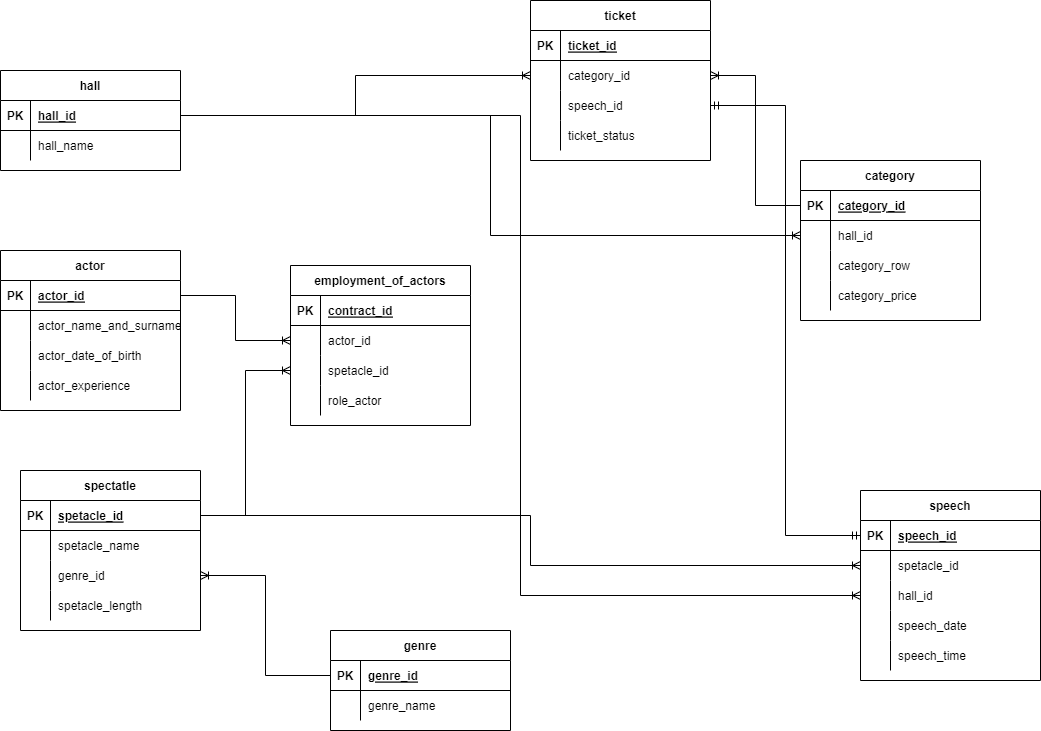
Before: scheme data base/База данных театра-Страница 1.drawio.png, a diagram exported from draw.io (MakarovIS/Data-base). Source tidied: cells renumbered, new cells last; positions are measured from the earlier drawing's top-left corner, leaving out a move shared by most shapes.
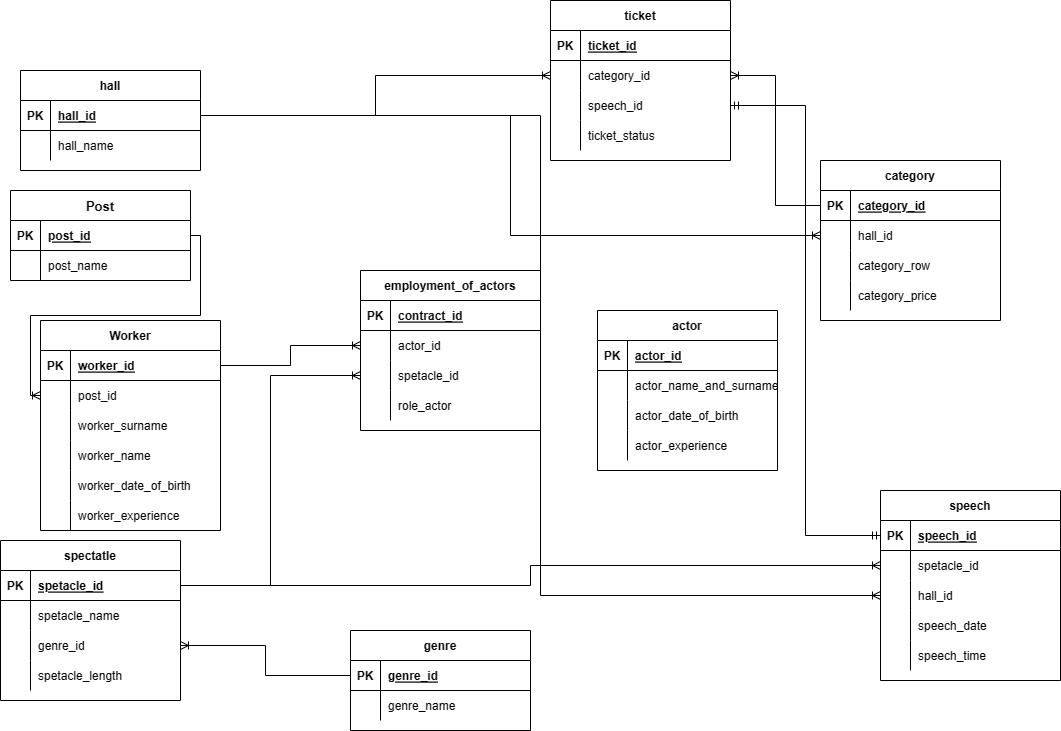
After the change.

Change to the diagram source:
```diff
@@ -3,7 +3,7 @@
     <mxCell id="0" />
     <mxCell id="1" parent="0" />
     <mxCell id="2" value="actor" style="shape=table;startSize=30;rowLines=0;fontStyle=1;align=center;" parent="1" vertex="1">
-      <mxGeometry y="250" width="180" height="160" as="geometry" />
+      <mxGeometry x="577" y="310" width="180" height="160" as="geometry" />
     </mxCell>
     <mxCell id="3" style="shape=tableRow;horizontal=0;startSize=0;swimlaneHead=0;swimlaneBody=0;fillColor=none;points=[[0,0.5],[1,0.5]];portConstraint=eastwest;top=0;left=0;right=0;bottom=1;" parent="2" vertex="1">
       <mxGeometry y="30" width="180" height="30" as="geometry" />
@@ -42,7 +42,7 @@
       <mxGeometry x="30" width="150" height="30" as="geometry" />
     </mxCell>
     <mxCell id="15" value="employment_of_actors" style="shape=table;startSize=30;rowLines=0;fontStyle=1;align=center;" parent="1" vertex="1">
-      <mxGeometry x="290" y="265" width="180" height="160" as="geometry" />
+      <mxGeometry x="340" y="270" width="180" height="160" as="geometry" />
     </mxCell>
     <mxCell id="16" style="shape=tableRow;horizontal=0;startSize=0;swimlaneHead=0;swimlaneBody=0;fillColor=none;top=0;left=0;right=0;bottom=1;" parent="15" vertex="1">
       <mxGeometry y="30" width="180" height="30" as="geometry" />
@@ -81,7 +81,7 @@
       <mxGeometry x="30" width="150" height="30" as="geometry" />
     </mxCell>
     <mxCell id="28" value="spectatle" style="shape=table;startSize=30;rowLines=0;fontStyle=1;align=center;" parent="1" vertex="1">
-      <mxGeometry x="20" y="470" width="180" height="160" as="geometry" />
+      <mxGeometry x="-20" y="540" width="180" height="160" as="geometry" />
     </mxCell>
     <mxCell id="29" style="shape=tableRow;horizontal=0;startSize=0;swimlaneHead=0;swimlaneBody=0;fillColor=none;points=[[0,0.5],[1,0.5]];portConstraint=eastwest;top=0;left=0;right=0;bottom=1;" parent="28" vertex="1">
       <mxGeometry y="30" width="180" height="30" as="geometry" />
@@ -182,9 +182,6 @@
     <mxCell id="61" style="edgeStyle=orthogonalEdgeStyle;fontSize=12;html=1;endArrow=ERoneToMany;rounded=0;exitX=1;exitY=0.5;exitDx=0;exitDy=0;entryX=0;entryY=0.5;entryDx=0;entryDy=0;" parent="1" edge="1" source="55" target="45">
       <mxGeometry relative="1" as="geometry" />
     </mxCell>
-    <mxCell id="62" style="edgeStyle=orthogonalEdgeStyle;fontSize=12;html=1;endArrow=ERoneToMany;rounded=0;exitX=1;exitY=0.5;exitDx=0;exitDy=0;entryX=0;entryY=0.5;entryDx=0;entryDy=0;" parent="1" edge="1" source="3" target="19">
-      <mxGeometry relative="1" as="geometry" />
-    </mxCell>
     <mxCell id="63" style="edgeStyle=orthogonalEdgeStyle;fontSize=12;html=1;endArrow=ERoneToMany;rounded=0;exitX=1;exitY=0.5;exitDx=0;exitDy=0;entryX=0;entryY=0.5;entryDx=0;entryDy=0;" parent="1" edge="1" source="55" target="85">
       <mxGeometry relative="1" as="geometry" />
     </mxCell>
@@ -314,5 +311,89 @@
     <mxCell id="105" style="edgeStyle=orthogonalEdgeStyle;fontSize=12;html=1;endArrow=ERoneToMany;rounded=0;exitX=0;exitY=0.5;exitDx=0;exitDy=0;entryX=1;entryY=0.5;entryDx=0;entryDy=0;" parent="1" edge="1" source="99" target="35">
       <mxGeometry relative="1" as="geometry" />
     </mxCell>
+    <mxCell id="106" value="Worker" style="shape=table;startSize=30;rowLines=0;fontStyle=1;align=center;" parent="1" vertex="1">
+      <mxGeometry x="20" y="320" width="180" height="210" as="geometry" />
+    </mxCell>
+    <mxCell id="107" style="shape=tableRow;horizontal=0;startSize=0;swimlaneHead=0;swimlaneBody=0;fillColor=none;points=[[0,0.5],[1,0.5]];portConstraint=eastwest;top=0;left=0;right=0;bottom=1;" parent="106" vertex="1">
+      <mxGeometry y="30" width="180" height="30" as="geometry" />
+    </mxCell>
+    <mxCell id="108" value="PK" style="shape=partialRectangle;fillColor=none;top=0;left=0;bottom=0;right=0;fontStyle=1;overflow=hidden;" parent="107" vertex="1">
+      <mxGeometry width="30" height="30" as="geometry" />
+    </mxCell>
+    <mxCell id="109" value="worker_id" style="shape=partialRectangle;fillColor=none;top=0;left=0;bottom=0;right=0;align=left;spacingLeft=6;fontStyle=5;overflow=hidden;" parent="107" vertex="1">
+      <mxGeometry x="30" width="150" height="30" as="geometry" />
+    </mxCell>
+    <mxCell id="110" style="shape=tableRow;horizontal=0;startSize=0;swimlaneHead=0;swimlaneBody=0;fillColor=none;points=[[0,0.5],[1,0.5]];portConstraint=eastwest;top=0;left=0;right=0;bottom=0;" parent="106" vertex="1">
+      <mxGeometry y="60" width="180" height="30" as="geometry" />
+    </mxCell>
+    <mxCell id="111" style="shape=partialRectangle;fillColor=none;top=0;left=0;bottom=0;right=0;overflow=hidden;" parent="110" vertex="1">
+      <mxGeometry width="30" height="30" as="geometry" />
+    </mxCell>
+    <mxCell id="112" value="post_id" style="shape=partialRectangle;fillColor=none;top=0;left=0;bottom=0;right=0;align=left;spacingLeft=6;overflow=hidden;" parent="110" vertex="1">
+      <mxGeometry x="30" width="150" height="30" as="geometry" />
+    </mxCell>
+    <mxCell id="113" style="shape=tableRow;horizontal=0;startSize=0;swimlaneHead=0;swimlaneBody=0;fillColor=none;top=0;left=0;right=0;bottom=0;" parent="106" vertex="1">
+      <mxGeometry y="90" width="180" height="30" as="geometry" />
+    </mxCell>
+    <mxCell id="114" style="shape=partialRectangle;fillColor=none;top=0;left=0;bottom=0;right=0;overflow=hidden;" parent="113" vertex="1">
+      <mxGeometry width="30" height="30" as="geometry" />
+    </mxCell>
+    <mxCell id="115" value="worker_surname" style="shape=partialRectangle;fillColor=none;top=0;left=0;bottom=0;right=0;align=left;spacingLeft=6;overflow=hidden;" parent="113" vertex="1">
+      <mxGeometry x="30" width="150" height="30" as="geometry" />
+    </mxCell>
+    <mxCell id="116" style="shape=tableRow;horizontal=0;startSize=0;swimlaneHead=0;swimlaneBody=0;fillColor=none;top=0;left=0;right=0;bottom=0;" parent="106" vertex="1">
+      <mxGeometry y="120" width="180" height="30" as="geometry" />
+    </mxCell>
+    <mxCell id="117" style="shape=partialRectangle;fillColor=none;top=0;left=0;bottom=0;right=0;overflow=hidden;" parent="116" vertex="1">
+      <mxGeometry width="30" height="30" as="geometry" />
+    </mxCell>
+    <mxCell id="118" value="worker_name" style="shape=partialRectangle;fillColor=none;top=0;left=0;bottom=0;right=0;align=left;spacingLeft=6;overflow=hidden;" parent="116" vertex="1">
+      <mxGeometry x="30" width="150" height="30" as="geometry" />
+    </mxCell>
+    <mxCell id="119" style="shape=tableRow;horizontal=0;startSize=0;swimlaneHead=0;swimlaneBody=0;fillColor=none;top=0;left=0;right=0;bottom=0;" parent="106" vertex="1">
+      <mxGeometry y="150" width="180" height="30" as="geometry" />
+    </mxCell>
+    <mxCell id="120" style="shape=partialRectangle;fillColor=none;top=0;left=0;bottom=0;right=0;overflow=hidden;" parent="119" vertex="1">
+      <mxGeometry width="30" height="30" as="geometry" />
+    </mxCell>
+    <mxCell id="121" value="worker_date_of_birth" style="shape=partialRectangle;fillColor=none;top=0;left=0;bottom=0;right=0;align=left;spacingLeft=6;overflow=hidden;" parent="119" vertex="1">
+      <mxGeometry x="30" width="150" height="30" as="geometry" />
+    </mxCell>
+    <mxCell id="122" style="shape=tableRow;horizontal=0;startSize=0;swimlaneHead=0;swimlaneBody=0;fillColor=none;top=0;left=0;right=0;bottom=0;" parent="106" vertex="1">
+      <mxGeometry y="180" width="180" height="30" as="geometry" />
+    </mxCell>
+    <mxCell id="123" style="shape=partialRectangle;fillColor=none;top=0;left=0;bottom=0;right=0;overflow=hidden;" parent="122" vertex="1">
+      <mxGeometry width="30" height="30" as="geometry" />
+    </mxCell>
+    <mxCell id="124" value="worker_experience" style="shape=partialRectangle;fillColor=none;top=0;left=0;bottom=0;right=0;align=left;spacingLeft=6;overflow=hidden;" parent="122" vertex="1">
+      <mxGeometry x="30" width="150" height="30" as="geometry" />
+    </mxCell>
+    <mxCell id="125" value="Post" style="shape=table;startSize=30;rowLines=0;fontStyle=1;align=center;fontSize=13;" parent="1" vertex="1">
+      <mxGeometry x="-10" y="190" width="180" height="90" as="geometry" />
+    </mxCell>
+    <mxCell id="126" style="shape=tableRow;horizontal=0;startSize=0;swimlaneHead=0;swimlaneBody=0;fillColor=none;points=[[0,0.5],[1,0.5]];portConstraint=eastwest;top=0;left=0;right=0;bottom=1;" parent="125" vertex="1">
+      <mxGeometry y="30" width="180" height="30" as="geometry" />
+    </mxCell>
+    <mxCell id="127" value="PK" style="shape=partialRectangle;fillColor=none;top=0;left=0;bottom=0;right=0;fontStyle=1;overflow=hidden;" parent="126" vertex="1">
+      <mxGeometry width="30" height="30" as="geometry" />
+    </mxCell>
+    <mxCell id="128" value="post_id" style="shape=partialRectangle;fillColor=none;top=0;left=0;bottom=0;right=0;align=left;spacingLeft=6;fontStyle=5;overflow=hidden;" parent="126" vertex="1">
+      <mxGeometry x="30" width="150" height="30" as="geometry" />
+    </mxCell>
+    <mxCell id="129" style="shape=tableRow;horizontal=0;startSize=0;swimlaneHead=0;swimlaneBody=0;fillColor=none;top=0;left=0;right=0;bottom=0;" parent="125" vertex="1">
+      <mxGeometry y="60" width="180" height="30" as="geometry" />
+    </mxCell>
+    <mxCell id="130" style="shape=partialRectangle;fillColor=none;top=0;left=0;bottom=0;right=0;overflow=hidden;" parent="129" vertex="1">
+      <mxGeometry width="30" height="30" as="geometry" />
+    </mxCell>
+    <mxCell id="131" value="post_name" style="shape=partialRectangle;fillColor=none;top=0;left=0;bottom=0;right=0;align=left;spacingLeft=6;overflow=hidden;" parent="129" vertex="1">
+      <mxGeometry x="30" width="150" height="30" as="geometry" />
+    </mxCell>
+    <mxCell id="132" style="edgeStyle=orthogonalEdgeStyle;fontSize=12;html=1;endArrow=ERoneToMany;rounded=0;exitX=1;exitY=0.5;exitDx=0;exitDy=0;entryX=0;entryY=0.5;entryDx=0;entryDy=0;" parent="1" edge="1" source="126" target="110">
+      <mxGeometry relative="1" as="geometry" />
+    </mxCell>
+    <mxCell id="133" style="edgeStyle=orthogonalEdgeStyle;fontSize=12;html=1;endArrow=ERoneToMany;rounded=0;" parent="1" edge="1" source="107" target="19">
+      <mxGeometry relative="1" as="geometry" />
+    </mxCell>
   </root>
 </mxGraphModel>
```
